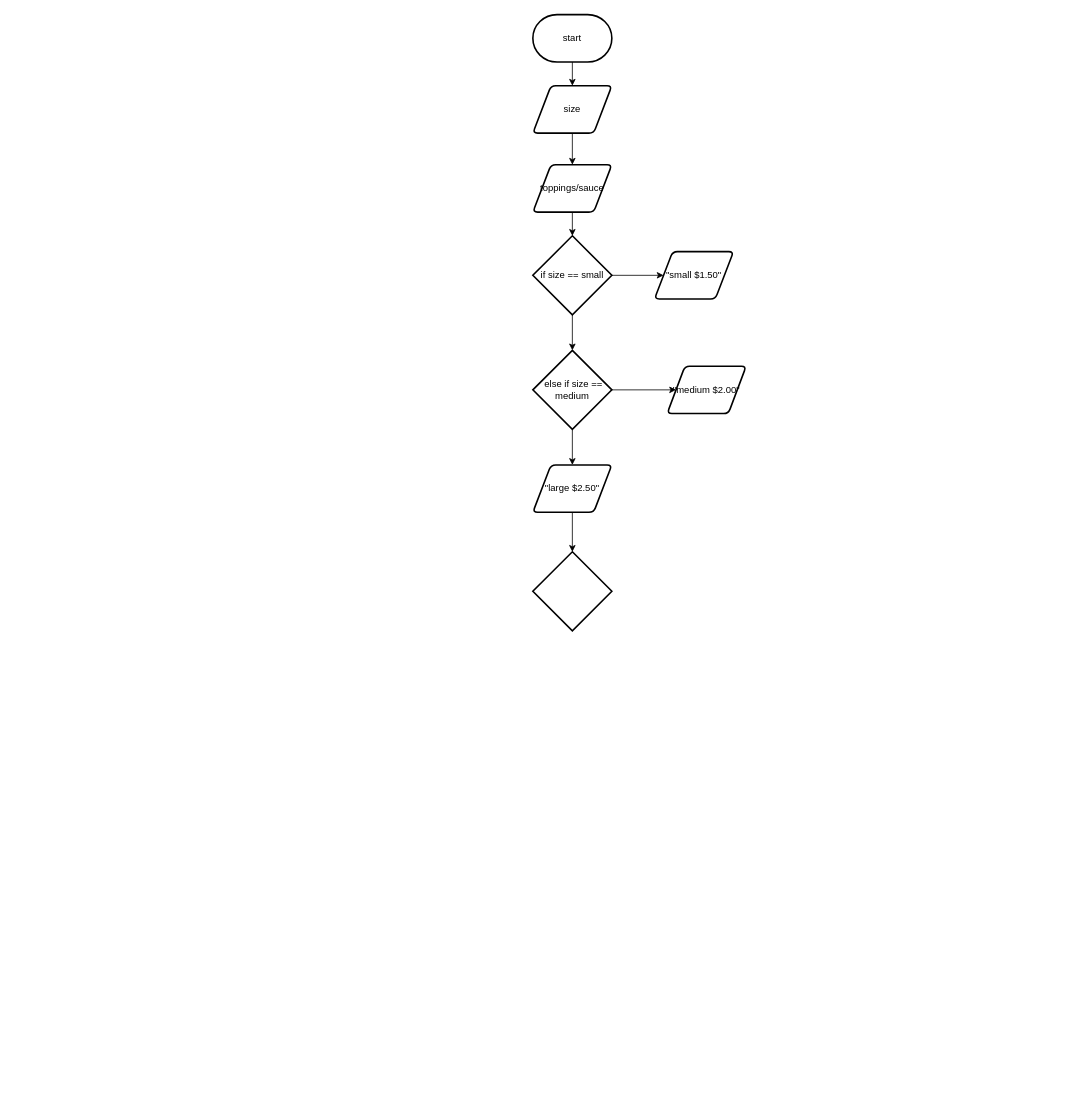
Before: design/flowchart.drawio in sophie-nguyen-0/ICS2O-Assignment-4, a draw.io diagram. Source tidied: cells renumbered, new cells numbered last; positions are measured from the earlier drawing's top-left corner, leaving out a move shared by most shapes. Both pictures are drawn from the tidied source at 79%, with x=0, y=0 at pixel (532, 14).
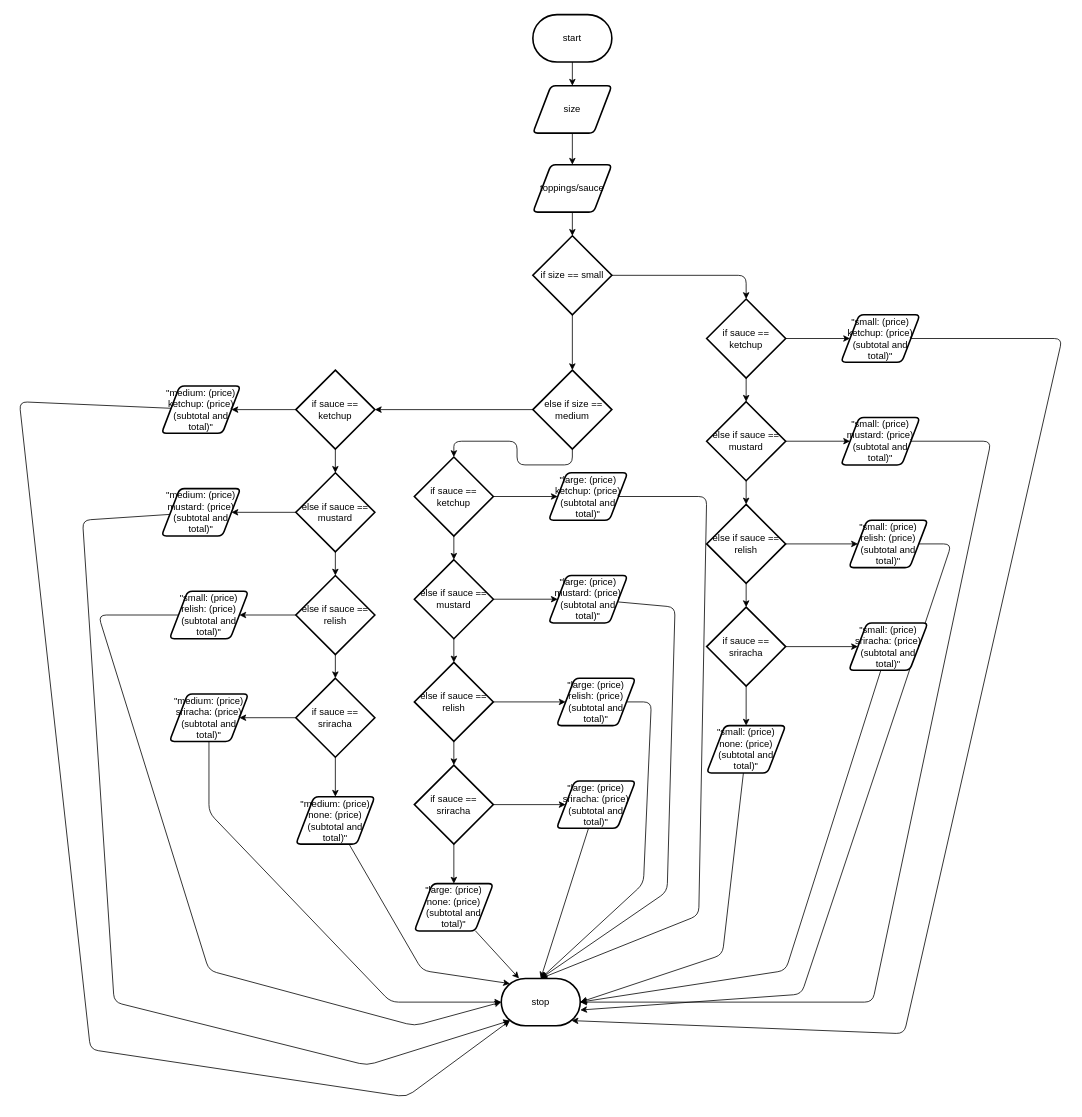
Above is the later version.

The change refers to these unchanged cells:
```xml
<mxCell id="10" value="if size == small" style="strokeWidth=2;html=1;shape=mxgraph.flowchart.decision;whiteSpace=wrap;" parent="1" vertex="1">
  <mxGeometry y="280" width="100" height="100" as="geometry" />
</mxCell>
```

Change to the diagram source:
```diff
@@
-    <mxCell id="8" style="edgeStyle=none;html=1;" parent="1" edge="1" source="10" target="11">
-      <mxGeometry relative="1" as="geometry" />
+    <mxCell id="8" style="edgeStyle=none;html=1;entryX=0.5;entryY=0;entryDx=0;entryDy=0;entryPerimeter=0;" parent="1" edge="1" source="10" target="22">
+      <mxGeometry relative="1" as="geometry">
+        <Array as="points">
+          <mxPoint x="270" y="330" />
+        </Array>
+      </mxGeometry>
     </mxCell>
@@
-    <mxCell id="11" value="&quot;small $1.50&quot;" style="shape=parallelogram;html=1;strokeWidth=2;perimeter=parallelogramPerimeter;whiteSpace=wrap;rounded=1;arcSize=12;size=0.23;" parent="1" vertex="1">
-      <mxGeometry x="154" y="300" width="100" height="60" as="geometry" />
-    </mxCell>
-    <mxCell id="12" style="edgeStyle=none;html=1;" parent="1" edge="1" source="14" target="15">
+    <mxCell id="12" style="edgeStyle=none;html=1;entryX=1;entryY=0.5;entryDx=0;entryDy=0;entryPerimeter=0;" parent="1" edge="1" source="14" target="44">
       <mxGeometry relative="1" as="geometry" />
     </mxCell>
-    <mxCell id="13" style="edgeStyle=none;html=1;" parent="1" edge="1" source="14" target="17">
-      <mxGeometry relative="1" as="geometry" />
-    </mxCell>
+    <mxCell id="19" style="edgeStyle=none;html=1;entryX=0.5;entryY=0;entryDx=0;entryDy=0;entryPerimeter=0;exitX=0.5;exitY=1;exitDx=0;exitDy=0;exitPerimeter=0;" parent="1" edge="1" source="14" target="66">
+      <mxGeometry relative="1" as="geometry">
+        <Array as="points">
+          <mxPoint x="50" y="570" />
+          <mxPoint x="-20" y="570" />
+          <mxPoint x="-20" y="540" />
+          <mxPoint x="-100" y="540" />
+        </Array>
+      </mxGeometry>
+    </mxCell>
     <mxCell id="14" value="&amp;nbsp;else if size == medium" style="strokeWidth=2;html=1;shape=mxgraph.flowchart.decision;whiteSpace=wrap;" parent="1" vertex="1">
-      <mxGeometry y="425" width="100" height="100" as="geometry" />
+      <mxGeometry y="450" width="100" height="100" as="geometry" />
     </mxCell>
-    <mxCell id="15" value="&quot;medium $2.00&quot;" style="shape=parallelogram;html=1;strokeWidth=2;perimeter=parallelogramPerimeter;whiteSpace=wrap;rounded=1;arcSize=12;size=0.22499999999999998;" parent="1" vertex="1">
-      <mxGeometry x="170" y="445" width="100" height="60" as="geometry" />
-    </mxCell>
-    <mxCell id="16" style="edgeStyle=none;html=1;" parent="1" edge="1" source="17" target="18">
-      <mxGeometry relative="1" as="geometry" />
-    </mxCell>
-    <mxCell id="17" value="&quot;large $2.50&quot;" style="shape=parallelogram;html=1;strokeWidth=2;perimeter=parallelogramPerimeter;whiteSpace=wrap;rounded=1;arcSize=12;size=0.23;" parent="1" vertex="1">
-      <mxGeometry y="570" width="100" height="60" as="geometry" />
-    </mxCell>
-    <mxCell id="18" style="strokeWidth=2;html=1;shape=mxgraph.flowchart.decision;whiteSpace=wrap;" parent="1" vertex="1">
-      <mxGeometry y="680" width="100" height="100" as="geometry" />
-    </mxCell>
+    <mxCell id="20" style="edgeStyle=none;html=1;" parent="1" edge="1" source="22" target="25">
+      <mxGeometry relative="1" as="geometry" />
+    </mxCell>
+    <mxCell id="21" style="edgeStyle=none;html=1;" parent="1" edge="1" source="22" target="33">
+      <mxGeometry relative="1" as="geometry" />
+    </mxCell>
+    <mxCell id="22" value="if sauce == ketchup" style="strokeWidth=2;html=1;shape=mxgraph.flowchart.decision;whiteSpace=wrap;" parent="1" vertex="1">
+      <mxGeometry x="220" y="360" width="100" height="100" as="geometry" />
+    </mxCell>
+    <mxCell id="23" style="edgeStyle=none;html=1;" parent="1" edge="1" source="25" target="28">
+      <mxGeometry relative="1" as="geometry" />
+    </mxCell>
+    <mxCell id="24" style="edgeStyle=none;html=1;" parent="1" edge="1" source="25" target="35">
+      <mxGeometry relative="1" as="geometry" />
+    </mxCell>
+    <mxCell id="25" value="else if sauce == mustard" style="strokeWidth=2;html=1;shape=mxgraph.flowchart.decision;whiteSpace=wrap;" parent="1" vertex="1">
+      <mxGeometry x="220" y="490" width="100" height="100" as="geometry" />
+    </mxCell>
+    <mxCell id="26" style="edgeStyle=none;html=1;" parent="1" edge="1" source="28" target="31">
+      <mxGeometry relative="1" as="geometry" />
+    </mxCell>
+    <mxCell id="27" style="edgeStyle=none;html=1;" parent="1" edge="1" source="28" target="37">
+      <mxGeometry relative="1" as="geometry" />
+    </mxCell>
+    <mxCell id="28" value="else if sauce == relish" style="strokeWidth=2;html=1;shape=mxgraph.flowchart.decision;whiteSpace=wrap;" parent="1" vertex="1">
+      <mxGeometry x="220" y="620" width="100" height="100" as="geometry" />
+    </mxCell>
+    <mxCell id="29" style="edgeStyle=none;html=1;" parent="1" edge="1" source="31" target="39">
+      <mxGeometry relative="1" as="geometry" />
+    </mxCell>
+    <mxCell id="30" style="edgeStyle=none;html=1;" parent="1" edge="1" source="31" target="41">
+      <mxGeometry relative="1" as="geometry" />
+    </mxCell>
+    <mxCell id="31" value="if sauce == sriracha" style="strokeWidth=2;html=1;shape=mxgraph.flowchart.decision;whiteSpace=wrap;" parent="1" vertex="1">
+      <mxGeometry x="220" y="750" width="100" height="100" as="geometry" />
+    </mxCell>
+    <mxCell id="32" style="edgeStyle=none;html=1;entryX=0.89;entryY=0.89;entryDx=0;entryDy=0;entryPerimeter=0;" parent="1" edge="1" source="33" target="86">
+      <mxGeometry relative="1" as="geometry">
+        <Array as="points">
+          <mxPoint x="670" y="410" />
+          <mxPoint x="470" y="1290" />
+        </Array>
+      </mxGeometry>
+    </mxCell>
+    <mxCell id="33" value="&quot;small: (price)&lt;br&gt;ketchup: (price)&lt;br&gt;(subtotal and total)&quot;" style="shape=parallelogram;html=1;strokeWidth=2;perimeter=parallelogramPerimeter;whiteSpace=wrap;rounded=1;arcSize=12;size=0.23;" parent="1" vertex="1">
+      <mxGeometry x="390" y="380" width="100" height="60" as="geometry" />
+    </mxCell>
+    <mxCell id="34" style="edgeStyle=none;html=1;entryX=1;entryY=0.5;entryDx=0;entryDy=0;entryPerimeter=0;" parent="1" edge="1" source="35" target="86">
+      <mxGeometry relative="1" as="geometry">
+        <Array as="points">
+          <mxPoint x="580" y="540" />
+          <mxPoint x="430" y="1250" />
+        </Array>
+      </mxGeometry>
+    </mxCell>
+    <mxCell id="35" value="&quot;small: (price)&lt;br&gt;mustard: (price)&lt;br&gt;(subtotal and total)&quot;" style="shape=parallelogram;html=1;strokeWidth=2;perimeter=parallelogramPerimeter;whiteSpace=wrap;rounded=1;arcSize=12;size=0.23;" parent="1" vertex="1">
+      <mxGeometry x="390" y="510" width="100" height="60" as="geometry" />
+    </mxCell>
+    <mxCell id="36" style="edgeStyle=none;html=1;" parent="1" edge="1" source="37">
+      <mxGeometry relative="1" as="geometry">
+        <mxPoint x="60" y="1260" as="targetPoint" />
+        <Array as="points">
+          <mxPoint x="530" y="670" />
+          <mxPoint x="340" y="1240" />
+        </Array>
+      </mxGeometry>
+    </mxCell>
+    <mxCell id="37" value="&quot;small: (price)&lt;br&gt;relish: (price)&lt;br&gt;(subtotal and total)&quot;" style="shape=parallelogram;html=1;strokeWidth=2;perimeter=parallelogramPerimeter;whiteSpace=wrap;rounded=1;arcSize=12;size=0.23;" parent="1" vertex="1">
+      <mxGeometry x="400" y="640" width="100" height="60" as="geometry" />
+    </mxCell>
+    <mxCell id="38" style="edgeStyle=none;html=1;" parent="1" edge="1" source="39">
+      <mxGeometry relative="1" as="geometry">
+        <mxPoint x="60" y="1250" as="targetPoint" />
+        <Array as="points">
+          <mxPoint x="320" y="1210" />
+        </Array>
+      </mxGeometry>
+    </mxCell>
+    <mxCell id="39" value="&quot;small: (price)&lt;br&gt;sriracha: (price)&lt;br&gt;(subtotal and total)&quot;" style="shape=parallelogram;html=1;strokeWidth=2;perimeter=parallelogramPerimeter;whiteSpace=wrap;rounded=1;arcSize=12;size=0.23;" parent="1" vertex="1">
+      <mxGeometry x="400" y="770" width="100" height="60" as="geometry" />
+    </mxCell>
+    <mxCell id="40" style="edgeStyle=none;html=1;entryX=1;entryY=0.5;entryDx=0;entryDy=0;entryPerimeter=0;" parent="1" edge="1" source="41" target="86">
+      <mxGeometry relative="1" as="geometry">
+        <Array as="points">
+          <mxPoint x="240" y="1190" />
+        </Array>
+      </mxGeometry>
+    </mxCell>
+    <mxCell id="41" value="&quot;small: (price)&lt;br&gt;none: (price)&lt;br&gt;(subtotal and total)&quot;" style="shape=parallelogram;html=1;strokeWidth=2;perimeter=parallelogramPerimeter;whiteSpace=wrap;rounded=1;arcSize=12;size=0.23;" parent="1" vertex="1">
+      <mxGeometry x="220" y="900" width="100" height="60" as="geometry" />
+    </mxCell>
+    <mxCell id="42" style="edgeStyle=none;html=1;" parent="1" edge="1" source="44" target="47">
+      <mxGeometry relative="1" as="geometry" />
+    </mxCell>
+    <mxCell id="43" style="edgeStyle=none;html=1;" parent="1" edge="1" source="44" target="55">
+      <mxGeometry relative="1" as="geometry" />
+    </mxCell>
+    <mxCell id="44" value="if sauce == ketchup" style="strokeWidth=2;html=1;shape=mxgraph.flowchart.decision;whiteSpace=wrap;" parent="1" vertex="1">
+      <mxGeometry x="-300" y="450" width="100" height="100" as="geometry" />
+    </mxCell>
+    <mxCell id="45" style="edgeStyle=none;html=1;" parent="1" edge="1" source="47" target="50">
+      <mxGeometry relative="1" as="geometry" />
+    </mxCell>
+    <mxCell id="46" style="edgeStyle=none;html=1;" parent="1" edge="1" source="47" target="57">
+      <mxGeometry relative="1" as="geometry" />
+    </mxCell>
+    <mxCell id="47" value="else if sauce == mustard" style="strokeWidth=2;html=1;shape=mxgraph.flowchart.decision;whiteSpace=wrap;" parent="1" vertex="1">
+      <mxGeometry x="-300" y="580" width="100" height="100" as="geometry" />
+    </mxCell>
+    <mxCell id="48" style="edgeStyle=none;html=1;" parent="1" edge="1" source="50" target="53">
+      <mxGeometry relative="1" as="geometry" />
+    </mxCell>
+    <mxCell id="49" style="edgeStyle=none;html=1;" parent="1" edge="1" source="50" target="59">
+      <mxGeometry relative="1" as="geometry" />
+    </mxCell>
+    <mxCell id="50" value="else if sauce == relish" style="strokeWidth=2;html=1;shape=mxgraph.flowchart.decision;whiteSpace=wrap;" parent="1" vertex="1">
+      <mxGeometry x="-300" y="710" width="100" height="100" as="geometry" />
+    </mxCell>
+    <mxCell id="51" style="edgeStyle=none;html=1;" parent="1" edge="1" source="53" target="61">
+      <mxGeometry relative="1" as="geometry" />
+    </mxCell>
+    <mxCell id="52" style="edgeStyle=none;html=1;" parent="1" edge="1" source="53" target="63">
+      <mxGeometry relative="1" as="geometry" />
+    </mxCell>
+    <mxCell id="53" value="if sauce == sriracha" style="strokeWidth=2;html=1;shape=mxgraph.flowchart.decision;whiteSpace=wrap;" parent="1" vertex="1">
+      <mxGeometry x="-300" y="840" width="100" height="100" as="geometry" />
+    </mxCell>
+    <mxCell id="54" style="edgeStyle=none;html=1;entryX=0.11;entryY=0.89;entryDx=0;entryDy=0;entryPerimeter=0;" parent="1" edge="1" source="55" target="86">
+      <mxGeometry relative="1" as="geometry">
+        <Array as="points">
+          <mxPoint x="-650" y="490" />
+          <mxPoint x="-560" y="1310" />
+          <mxPoint x="-160" y="1370" />
+        </Array>
+      </mxGeometry>
+    </mxCell>
+    <mxCell id="55" value="&quot;medium: (price)&lt;br&gt;ketchup: (price)&lt;br&gt;(subtotal and total)&quot;" style="shape=parallelogram;html=1;strokeWidth=2;perimeter=parallelogramPerimeter;whiteSpace=wrap;rounded=1;arcSize=12;size=0.23;" parent="1" vertex="1">
+      <mxGeometry x="-470" y="470" width="100" height="60" as="geometry" />
+    </mxCell>
+    <mxCell id="56" style="edgeStyle=none;html=1;entryX=0.11;entryY=0.89;entryDx=0;entryDy=0;entryPerimeter=0;" parent="1" edge="1" source="57" target="86">
+      <mxGeometry relative="1" as="geometry">
+        <Array as="points">
+          <mxPoint x="-570" y="640" />
+          <mxPoint x="-530" y="1250" />
+          <mxPoint x="-210" y="1330" />
+        </Array>
+      </mxGeometry>
+    </mxCell>
+    <mxCell id="57" value="&quot;medium: (price)&lt;br&gt;mustard: (price)&lt;br&gt;(subtotal and total)&quot;" style="shape=parallelogram;html=1;strokeWidth=2;perimeter=parallelogramPerimeter;whiteSpace=wrap;rounded=1;arcSize=12;size=0.23;" parent="1" vertex="1">
+      <mxGeometry x="-470" y="600" width="100" height="60" as="geometry" />
+    </mxCell>
+    <mxCell id="58" style="edgeStyle=none;html=1;" parent="1" edge="1" source="59">
+      <mxGeometry relative="1" as="geometry">
+        <mxPoint x="-40" y="1250" as="targetPoint" />
+        <Array as="points">
+          <mxPoint x="-550" y="760" />
+          <mxPoint x="-410" y="1210" />
+          <mxPoint x="-150" y="1280" />
+        </Array>
+      </mxGeometry>
+    </mxCell>
+    <mxCell id="59" value="&quot;small: (price)&lt;br&gt;relish: (price)&lt;br&gt;(subtotal and total)&quot;" style="shape=parallelogram;html=1;strokeWidth=2;perimeter=parallelogramPerimeter;whiteSpace=wrap;rounded=1;arcSize=12;size=0.23;" parent="1" vertex="1">
+      <mxGeometry x="-460" y="730" width="100" height="60" as="geometry" />
+    </mxCell>
+    <mxCell id="60" style="edgeStyle=none;html=1;entryX=0;entryY=0.5;entryDx=0;entryDy=0;entryPerimeter=0;" parent="1" edge="1" source="61" target="86">
+      <mxGeometry relative="1" as="geometry">
+        <Array as="points">
+          <mxPoint x="-410" y="1010" />
+          <mxPoint x="-180" y="1250" />
+        </Array>
+      </mxGeometry>
+    </mxCell>
+    <mxCell id="61" value="&quot;medium: (price)&lt;br&gt;sriracha: (price)&lt;br&gt;(subtotal and total)&quot;" style="shape=parallelogram;html=1;strokeWidth=2;perimeter=parallelogramPerimeter;whiteSpace=wrap;rounded=1;arcSize=12;size=0.23;" parent="1" vertex="1">
+      <mxGeometry x="-460" y="860" width="100" height="60" as="geometry" />
+    </mxCell>
+    <mxCell id="62" style="edgeStyle=none;html=1;entryX=0.11;entryY=0.11;entryDx=0;entryDy=0;entryPerimeter=0;" parent="1" edge="1" source="63" target="86">
+      <mxGeometry relative="1" as="geometry">
+        <Array as="points">
+          <mxPoint x="-140" y="1210" />
+        </Array>
+      </mxGeometry>
+    </mxCell>
+    <mxCell id="63" value="&quot;medium: (price)&lt;br&gt;none: (price)&lt;br&gt;(subtotal and total)&quot;" style="shape=parallelogram;html=1;strokeWidth=2;perimeter=parallelogramPerimeter;whiteSpace=wrap;rounded=1;arcSize=12;size=0.23;" parent="1" vertex="1">
+      <mxGeometry x="-300" y="990" width="100" height="60" as="geometry" />
+    </mxCell>
+    <mxCell id="64" style="edgeStyle=none;html=1;" parent="1" edge="1" source="66" target="69">
+      <mxGeometry relative="1" as="geometry" />
+    </mxCell>
+    <mxCell id="65" style="edgeStyle=none;html=1;" parent="1" edge="1" source="66" target="77">
+      <mxGeometry relative="1" as="geometry" />
+    </mxCell>
+    <mxCell id="66" value="if sauce == ketchup" style="strokeWidth=2;html=1;shape=mxgraph.flowchart.decision;whiteSpace=wrap;" parent="1" vertex="1">
+      <mxGeometry x="-150" y="560" width="100" height="100" as="geometry" />
+    </mxCell>
+    <mxCell id="67" style="edgeStyle=none;html=1;" parent="1" edge="1" source="69" target="72">
+      <mxGeometry relative="1" as="geometry" />
+    </mxCell>
+    <mxCell id="68" style="edgeStyle=none;html=1;" parent="1" edge="1" source="69" target="79">
+      <mxGeometry relative="1" as="geometry" />
+    </mxCell>
+    <mxCell id="69" value="else if sauce == mustard" style="strokeWidth=2;html=1;shape=mxgraph.flowchart.decision;whiteSpace=wrap;" parent="1" vertex="1">
+      <mxGeometry x="-150" y="690" width="100" height="100" as="geometry" />
+    </mxCell>
+    <mxCell id="70" style="edgeStyle=none;html=1;" parent="1" edge="1" source="72" target="75">
+      <mxGeometry relative="1" as="geometry" />
+    </mxCell>
+    <mxCell id="71" style="edgeStyle=none;html=1;" parent="1" edge="1" source="72" target="81">
+      <mxGeometry relative="1" as="geometry" />
+    </mxCell>
+    <mxCell id="72" value="else if sauce == relish" style="strokeWidth=2;html=1;shape=mxgraph.flowchart.decision;whiteSpace=wrap;" parent="1" vertex="1">
+      <mxGeometry x="-150" y="820" width="100" height="100" as="geometry" />
+    </mxCell>
+    <mxCell id="73" style="edgeStyle=none;html=1;" parent="1" edge="1" source="75" target="83">
+      <mxGeometry relative="1" as="geometry" />
+    </mxCell>
+    <mxCell id="74" style="edgeStyle=none;html=1;" parent="1" edge="1" source="75" target="85">
+      <mxGeometry relative="1" as="geometry" />
+    </mxCell>
+    <mxCell id="75" value="if sauce == sriracha" style="strokeWidth=2;html=1;shape=mxgraph.flowchart.decision;whiteSpace=wrap;" parent="1" vertex="1">
+      <mxGeometry x="-150" y="950" width="100" height="100" as="geometry" />
+    </mxCell>
+    <mxCell id="76" style="edgeStyle=none;html=1;entryX=0.5;entryY=0;entryDx=0;entryDy=0;entryPerimeter=0;" parent="1" edge="1" source="77" target="86">
+      <mxGeometry relative="1" as="geometry">
+        <Array as="points">
+          <mxPoint x="220" y="610" />
+          <mxPoint x="210" y="1140" />
+        </Array>
+      </mxGeometry>
+    </mxCell>
+    <mxCell id="77" value="&quot;large: (price)&lt;br&gt;ketchup: (price)&lt;br&gt;(subtotal and total)&quot;" style="shape=parallelogram;html=1;strokeWidth=2;perimeter=parallelogramPerimeter;whiteSpace=wrap;rounded=1;arcSize=12;size=0.23;" parent="1" vertex="1">
+      <mxGeometry x="20" y="580" width="100" height="60" as="geometry" />
+    </mxCell>
+    <mxCell id="78" style="edgeStyle=none;html=1;entryX=0.5;entryY=0;entryDx=0;entryDy=0;entryPerimeter=0;" parent="1" edge="1" source="79" target="86">
+      <mxGeometry relative="1" as="geometry">
+        <Array as="points">
+          <mxPoint x="180" y="750" />
+          <mxPoint x="170" y="1110" />
+        </Array>
+      </mxGeometry>
+    </mxCell>
+    <mxCell id="79" value="&quot;large: (price)&lt;br&gt;mustard: (price)&lt;br&gt;(subtotal and total)&quot;" style="shape=parallelogram;html=1;strokeWidth=2;perimeter=parallelogramPerimeter;whiteSpace=wrap;rounded=1;arcSize=12;size=0.23;" parent="1" vertex="1">
+      <mxGeometry x="20" y="710" width="100" height="60" as="geometry" />
+    </mxCell>
+    <mxCell id="80" style="edgeStyle=none;html=1;" parent="1" edge="1" source="81">
+      <mxGeometry relative="1" as="geometry">
+        <mxPoint x="10" y="1220" as="targetPoint" />
+        <Array as="points">
+          <mxPoint x="150" y="870" />
+          <mxPoint x="140" y="1100" />
+        </Array>
+      </mxGeometry>
+    </mxCell>
+    <mxCell id="81" value="&quot;large: (price)&lt;br&gt;relish: (price)&lt;br&gt;(subtotal and total)&quot;" style="shape=parallelogram;html=1;strokeWidth=2;perimeter=parallelogramPerimeter;whiteSpace=wrap;rounded=1;arcSize=12;size=0.23;" parent="1" vertex="1">
+      <mxGeometry x="30" y="840" width="100" height="60" as="geometry" />
+    </mxCell>
+    <mxCell id="82" style="edgeStyle=none;html=1;entryX=0.5;entryY=0;entryDx=0;entryDy=0;entryPerimeter=0;" parent="1" edge="1" source="83" target="86">
+      <mxGeometry relative="1" as="geometry" />
+    </mxCell>
+    <mxCell id="83" value="&quot;large: (price)&lt;br&gt;sriracha: (price)&lt;br&gt;(subtotal and total)&quot;" style="shape=parallelogram;html=1;strokeWidth=2;perimeter=parallelogramPerimeter;whiteSpace=wrap;rounded=1;arcSize=12;size=0.23;" parent="1" vertex="1">
+      <mxGeometry x="30" y="970" width="100" height="60" as="geometry" />
+    </mxCell>
+    <mxCell id="84" style="edgeStyle=none;html=1;" parent="1" edge="1" source="85" target="86">
+      <mxGeometry relative="1" as="geometry" />
+    </mxCell>
+    <mxCell id="85" value="&quot;large: (price)&lt;br&gt;none: (price)&lt;br&gt;(subtotal and total)&quot;" style="shape=parallelogram;html=1;strokeWidth=2;perimeter=parallelogramPerimeter;whiteSpace=wrap;rounded=1;arcSize=12;size=0.23;" parent="1" vertex="1">
+      <mxGeometry x="-150" y="1100" width="100" height="60" as="geometry" />
+    </mxCell>
+    <mxCell id="86" value="stop" style="strokeWidth=2;html=1;shape=mxgraph.flowchart.terminator;whiteSpace=wrap;" parent="1" vertex="1">
+      <mxGeometry x="-40" y="1220" width="100" height="60" as="geometry" />
+    </mxCell>
```
